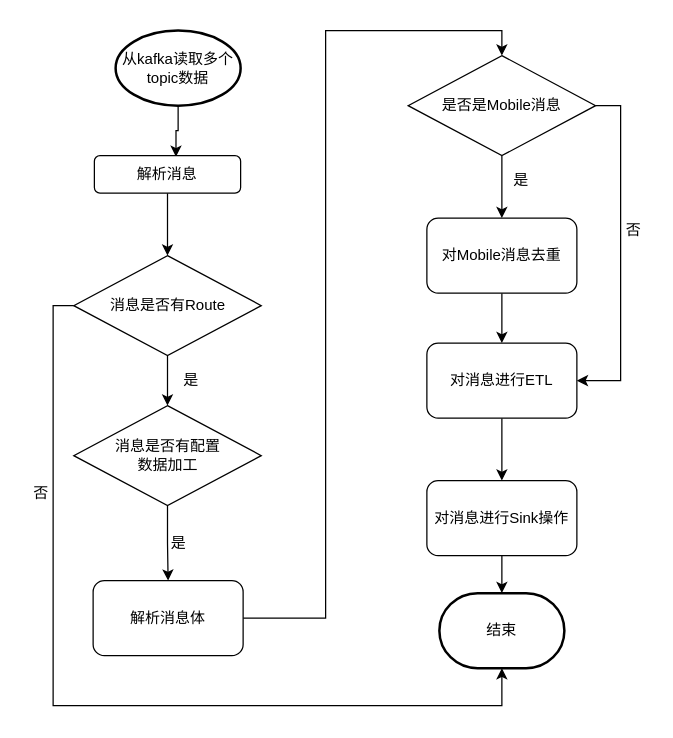
The draw.io diagram files/tailer_flowchart.drawio in yshaojie/drawio, before the edit. Source tidied: cells renumbered, new cells numbered last; positions are measured from the earlier drawing's top-left corner, leaving out a move shared by most shapes. Both pictures are drawn from the tidied source at 125%, with x=0, y=0 at pixel (21, 30).
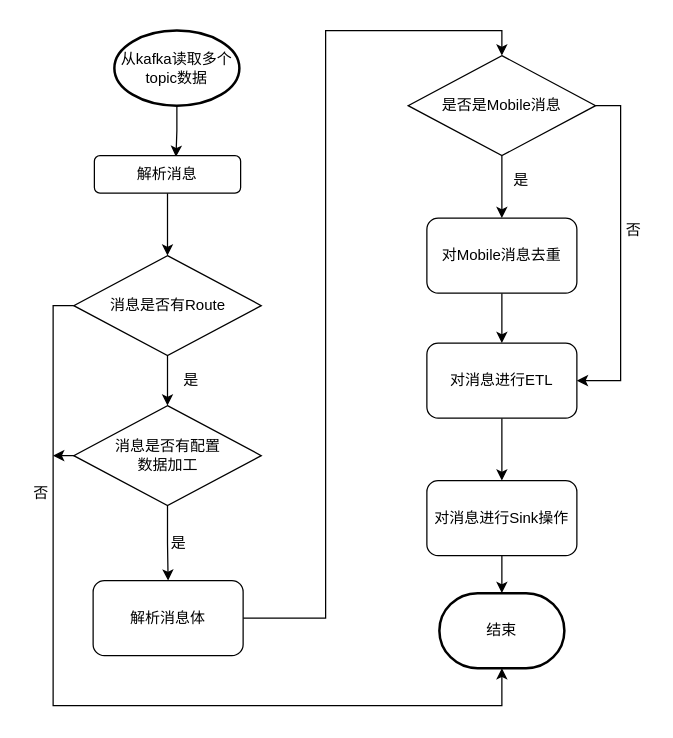
Above is the later version.

What changed in the source:
```diff
@@
     <mxCell id="3" value="从kafka读取多个topic数据" style="strokeWidth=2;html=1;shape=mxgraph.flowchart.start_1;whiteSpace=wrap;" parent="1" vertex="1">
-      <mxGeometry x="75" width="100" height="60" as="geometry" />
+      <mxGeometry x="74" width="100" height="60" as="geometry" />
     </mxCell>
@@
+    <mxCell id="28" style="edgeStyle=orthogonalEdgeStyle;rounded=0;orthogonalLoop=1;jettySize=auto;html=1;" parent="1" edge="1">
+      <mxGeometry relative="1" as="geometry">
+        <mxPoint x="44.5" y="340" as="sourcePoint" />
+        <mxPoint x="25" y="340" as="targetPoint" />
+      </mxGeometry>
+    </mxCell>
```
